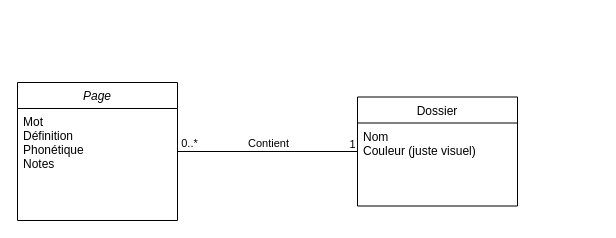
The draw.io diagram Visuels/wordies arch.drawio in Igniiis/wordies, before the edit. Source tidied: cells renumbered, new cells numbered last; positions are measured from the earlier drawing's top-left corner, leaving out a move shared by most shapes. Both pictures are drawn from the tidied source at 100%, with x=0, y=0 at pixel (17, 82).
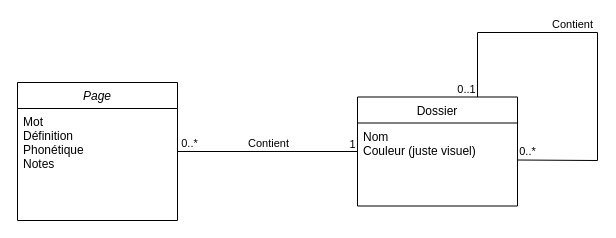
After the change.

Commit message (it also covers changes not shown here):
Mettre à jour wordies arch.drawio

Change to the diagram source:
```diff
@@
 <mxGraphModel>
   <root>
     <mxCell id="0" />
     <mxCell id="1" parent="0" />
     <mxCell id="2" value="Page" style="swimlane;fontStyle=2;align=center;verticalAlign=top;horizontal=1;startSize=26;rounded=0;shadow=0;strokeWidth=1;" parent="1" vertex="1">
       <mxGeometry width="160" height="138" as="geometry" />
     </mxCell>
     <mxCell id="3" value="Mot&#10;Définition&#10;Phonétique&#10;Notes" style="text;align=left;verticalAlign=top;spacingLeft=4;spacingRight=4;overflow=hidden;" parent="2" vertex="1">
       <mxGeometry y="26" width="160" height="94" as="geometry" />
     </mxCell>
     <mxCell id="4" value="Dossier" style="swimlane;fontStyle=0;align=center;verticalAlign=top;horizontal=1;startSize=26;rounded=0;shadow=0;strokeWidth=1;" parent="1" vertex="1">
       <mxGeometry x="340" y="14.5" width="160" height="109" as="geometry" />
     </mxCell>
     <mxCell id="5" value="Nom&#10;Couleur (juste visuel)" style="text;align=left;verticalAlign=top;spacingLeft=4;spacingRight=4;overflow=hidden;points=[[0,0.5],[1,0.5]];portConstraint=eastwest;" parent="4" vertex="1">
       <mxGeometry y="26" width="160" height="74" as="geometry" />
     </mxCell>
+    <mxCell id="10" style="endArrow=none;html=1;rounded=0;exitX=0.75;exitY=0;exitDx=0;exitDy=0;entryX=1;entryY=0.5;entryDx=0;entryDy=0;" parent="4" edge="1" source="4" target="5">
+      <mxGeometry relative="1" as="geometry">
+        <Array as="points">
+          <mxPoint x="120" y="-64.5" />
+          <mxPoint x="240" y="-64.5" />
+          <mxPoint x="240" y="63.5" />
+        </Array>
+      </mxGeometry>
+    </mxCell>
+    <mxCell id="11" value="Contient" style="edgeLabel;html=1;align=center;verticalAlign=middle;" parent="10" vertex="1">
+      <mxGeometry x="-0.29" relative="1" as="geometry">
+        <mxPoint x="20" y="-9" as="offset" />
+      </mxGeometry>
+    </mxCell>
+    <mxCell id="12" value="0..1" style="edgeLabel;html=1;align=center;verticalAlign=middle;" parent="10" vertex="1">
+      <mxGeometry x="-0.48" y="2" relative="1" as="geometry">
+        <mxPoint x="-49" y="58" as="offset" />
+      </mxGeometry>
+    </mxCell>
+    <mxCell id="13" value="0..*" style="edgeLabel;html=1;align=center;verticalAlign=middle;" parent="10" vertex="1">
+      <mxGeometry x="0.76" relative="1" as="geometry">
+        <mxPoint x="-38" y="-9" as="offset" />
+      </mxGeometry>
+    </mxCell>
     <mxCell id="6" style="endArrow=none;html=1;rounded=0;entryX=0;entryY=0.5;entryDx=0;entryDy=0;" parent="1" edge="1" source="2" target="4">
       <mxGeometry relative="1" as="geometry" />
     </mxCell>
     <mxCell id="7" value="Contient" style="edgeLabel;html=1;align=center;verticalAlign=middle;" parent="6" vertex="1">
       <mxGeometry x="-0.15" y="-1" relative="1" as="geometry">
         <mxPoint x="13" y="-10" as="offset" />
       </mxGeometry>
     </mxCell>
     <mxCell id="8" value="1" style="edgeLabel;html=1;align=center;verticalAlign=middle;" parent="6" vertex="1">
       <mxGeometry x="0.78" relative="1" as="geometry">
         <mxPoint x="14" y="-8" as="offset" />
       </mxGeometry>
     </mxCell>
     <mxCell id="9" value="0..*" style="edgeLabel;html=1;align=center;verticalAlign=middle;" parent="6" vertex="1">
       <mxGeometry x="-0.91" y="-1" relative="1" as="geometry">
         <mxPoint x="3" y="-10" as="offset" />
       </mxGeometry>
     </mxCell>
   </root>
 </mxGraphModel>
```
